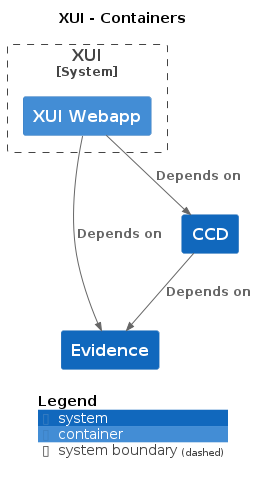
The PlantUML diagram docs/c4/xui/images/structurizr-xui-overview.png in hmcts/cnp-api-docs, before a commit.
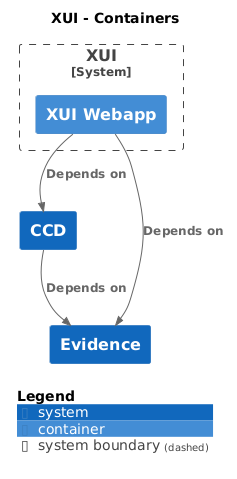
After the change.

The edit, as a diff of the source:
```diff
@@ -15,9 +15,9 @@
   Container(XUI.XUIWebapp, "XUI Webapp", $techn="", $descr="", $tags="", $link="")
 }
 
-Rel_D(CCD, Evidence, "Depends on", $techn="", $tags="", $link="")
-Rel_D(XUI.XUIWebapp, Evidence, "Depends on", $techn="", $tags="", $link="")
-Rel_D(XUI.XUIWebapp, CCD, "Depends on", $techn="", $tags="", $link="")
+Rel(CCD, Evidence, "Depends on", $techn="", $tags="", $link="")
+Rel(XUI.XUIWebapp, Evidence, "Depends on", $techn="", $tags="", $link="")
+Rel(XUI.XUIWebapp, CCD, "Depends on", $techn="", $tags="", $link="")
 
 SHOW_DYNAMIC_LEGEND()
 @enduml
```
